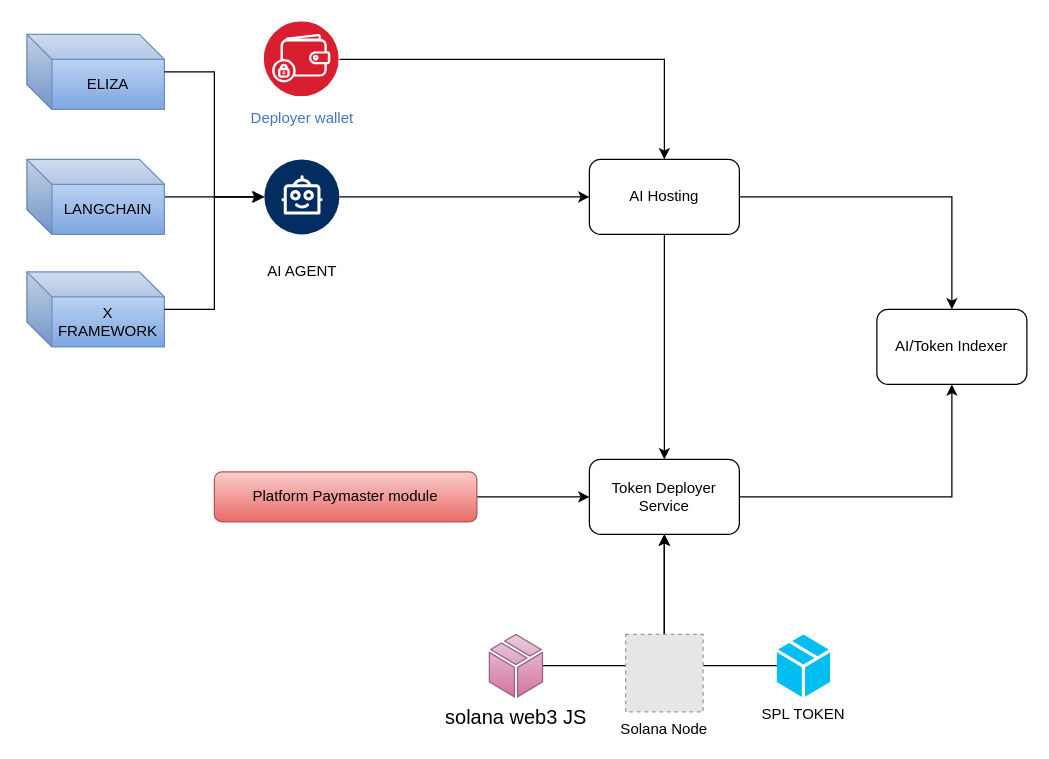
Above: UpStreet-flow-diagram.drawio in ali-05-ahmed/Concept-Diagrams (draw.io), before the change. Source tidied: cells renumbered, new cells numbered last; positions are measured from the earlier drawing's top-left corner, leaving out a move shared by most shapes. Both pictures are drawn from the tidied source at 125%, with x=0, y=0 at pixel (26, 21). Pictures stored in the file or linked from it are replaced by grey dashed boxes.
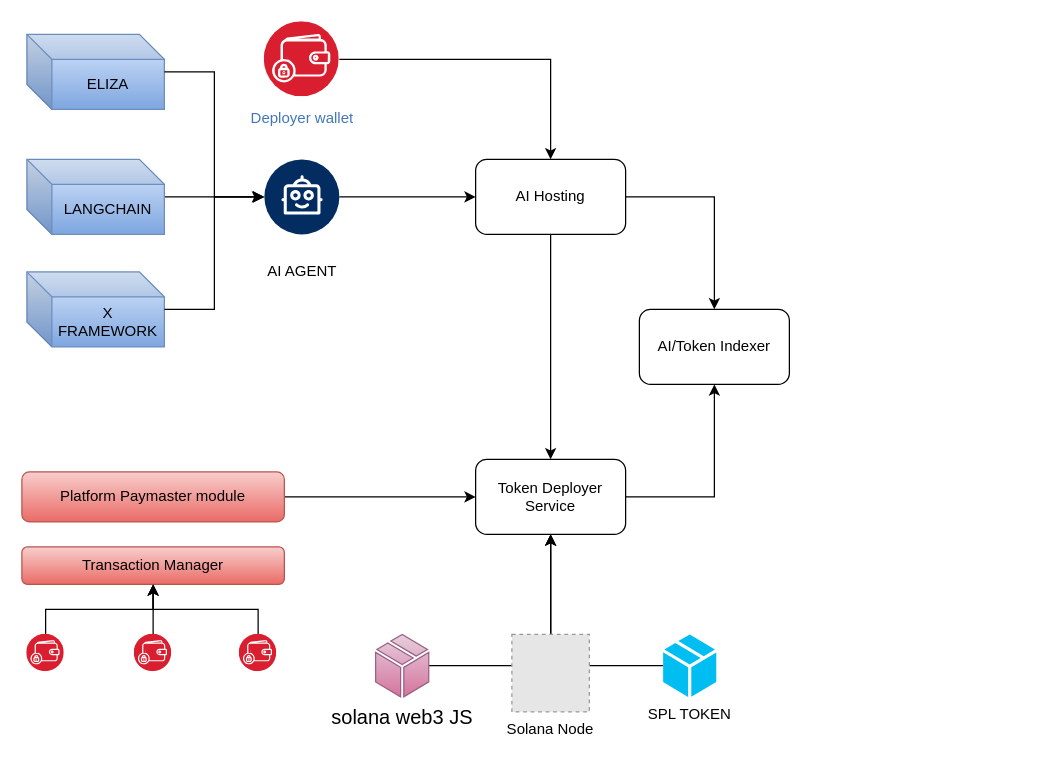
The same diagram, later.

What changed in the source:
```diff
@@
     <mxCell id="4" value="AI Hosting" style="rounded=1;whiteSpace=wrap;html=1;" parent="1" vertex="1">
-      <mxGeometry x="450" y="110" width="120" height="60" as="geometry" />
+      <mxGeometry x="359" y="110" width="120" height="60" as="geometry" />
     </mxCell>
@@
     <mxCell id="10" value="Token Deployer Service" style="rounded=1;whiteSpace=wrap;html=1;" parent="1" vertex="1">
-      <mxGeometry x="450" y="350" width="120" height="60" as="geometry" />
+      <mxGeometry x="359" y="350" width="120" height="60" as="geometry" />
     </mxCell>
@@
     <mxCell id="12" value="SPL TOKEN" style="verticalLabelPosition=bottom;html=1;verticalAlign=top;align=center;strokeColor=none;fillColor=#00BEF2;shape=mxgraph.azure.cloud_service_package_file;" parent="1" vertex="1">
-      <mxGeometry x="600" y="490" width="42.5" height="50" as="geometry" />
+      <mxGeometry x="509" y="490" width="42.5" height="50" as="geometry" />
     </mxCell>
@@
     <mxCell id="14" value="&lt;font style=&quot;font-size: 16px;&quot;&gt;solana web3 JS&lt;/font&gt;" style="verticalLabelPosition=bottom;html=1;verticalAlign=top;align=center;strokeColor=#996185;fillColor=#e6d0de;shape=mxgraph.azure.cloud_service_package_file;gradientColor=#d5739d;" parent="1" vertex="1">
-      <mxGeometry x="370" y="490" width="42.5" height="50" as="geometry" />
+      <mxGeometry x="279" y="490" width="42.5" height="50" as="geometry" />
     </mxCell>
@@
     <mxCell id="16" value="Platform Paymaster module" style="rounded=1;whiteSpace=wrap;html=1;fillColor=#f8cecc;gradientColor=#ea6b66;strokeColor=#b85450;" parent="1" vertex="1">
-      <mxGeometry x="150" y="360" width="210" height="40" as="geometry" />
+      <mxGeometry x="-4" y="360" width="210" height="40" as="geometry" />
     </mxCell>
     <mxCell id="17" value="AI/Token Indexer" style="rounded=1;whiteSpace=wrap;html=1;" parent="1" vertex="1">
-      <mxGeometry x="680" y="230" width="120" height="60" as="geometry" />
+      <mxGeometry x="490" y="230" width="120" height="60" as="geometry" />
     </mxCell>
@@
     <mxCell id="19" value="Solana Node" style="fillColor=#E6E6E6;strokeColor=#999999;dashed=1;verticalLabelPosition=bottom;labelBackgroundColor=default;verticalAlign=top;" parent="1" vertex="1">
-      <mxGeometry x="479" y="490" width="62" height="62" as="geometry" />
+      <mxGeometry x="388" y="490" width="62" height="62" as="geometry" />
     </mxCell>
@@
+    <mxCell id="26" value="Transaction Manager" style="rounded=1;whiteSpace=wrap;html=1;fillColor=#f8cecc;gradientColor=#ea6b66;strokeColor=#b85450;" parent="1" vertex="1">
+      <mxGeometry x="-4" y="420" width="210" height="30" as="geometry" />
+    </mxCell>
+    <mxCell id="27" style="edgeStyle=orthogonalEdgeStyle;rounded=0;jettySize=auto;html=1;" parent="1" edge="1" source="28" target="26">
+      <mxGeometry relative="1" as="geometry" />
+    </mxCell>
+    <mxCell id="28" style="image;perimeter=ellipsePerimeter;html=1;align=center;shadow=0;dashed=0;fontColor=#4277BB;labelBackgroundColor=default;fontSize=12;spacingTop=3;image=img/lib/ibm/blockchain/wallet.svg;" parent="1" vertex="1">
+      <mxGeometry y="490" width="30" height="30" as="geometry" />
+    </mxCell>
+    <mxCell id="29" style="edgeStyle=orthogonalEdgeStyle;rounded=0;jettySize=auto;html=1;" parent="1" edge="1" source="30" target="26">
+      <mxGeometry relative="1" as="geometry" />
+    </mxCell>
+    <mxCell id="30" style="image;perimeter=ellipsePerimeter;html=1;align=center;shadow=0;dashed=0;fontColor=#4277BB;labelBackgroundColor=default;fontSize=12;spacingTop=3;image=img/lib/ibm/blockchain/wallet.svg;" parent="1" vertex="1">
+      <mxGeometry x="86" y="490" width="30" height="30" as="geometry" />
+    </mxCell>
+    <mxCell id="31" style="edgeStyle=orthogonalEdgeStyle;rounded=0;jettySize=auto;html=1;" parent="1" edge="1" source="32" target="26">
+      <mxGeometry relative="1" as="geometry" />
+    </mxCell>
+    <mxCell id="32" style="image;perimeter=ellipsePerimeter;html=1;align=center;shadow=0;dashed=0;fontColor=#4277BB;labelBackgroundColor=default;fontSize=12;spacingTop=3;image=img/lib/ibm/blockchain/wallet.svg;" parent="1" vertex="1">
+      <mxGeometry x="170" y="490" width="30" height="30" as="geometry" />
+    </mxCell>
```
